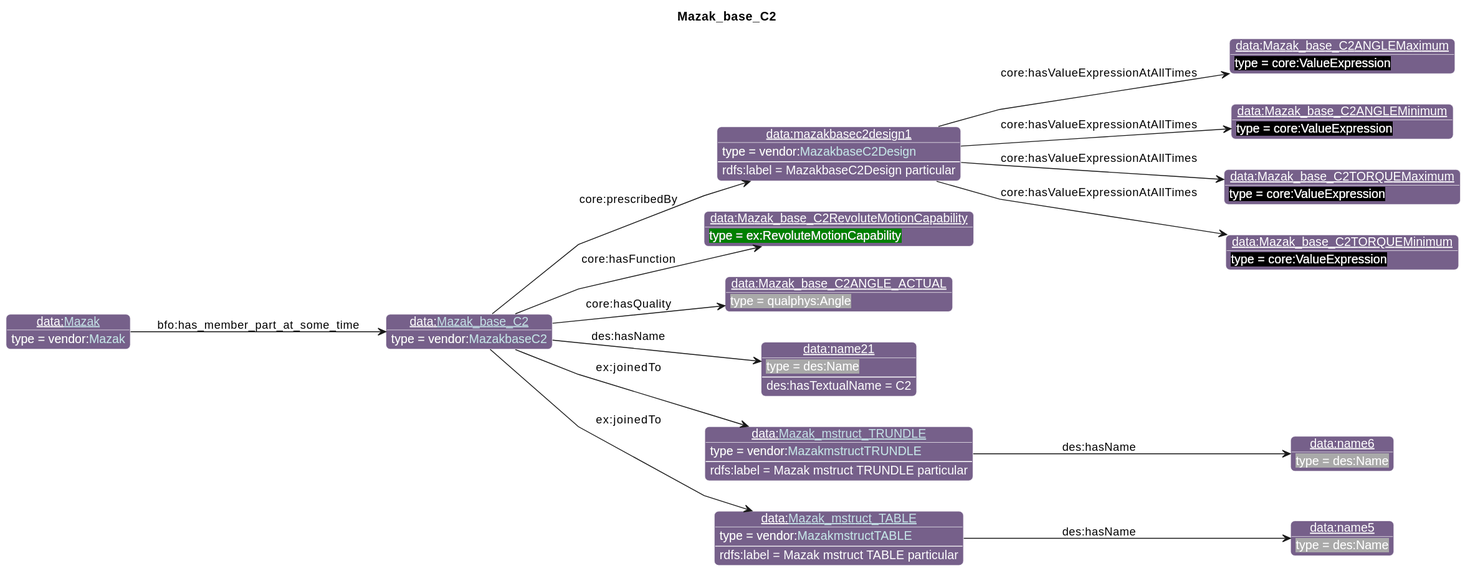
iofoundry/example-syseng-mtconnect keeps this PlantUML diagram as diagrams/Mazak_base_C2.svg. Above is the earlier version.
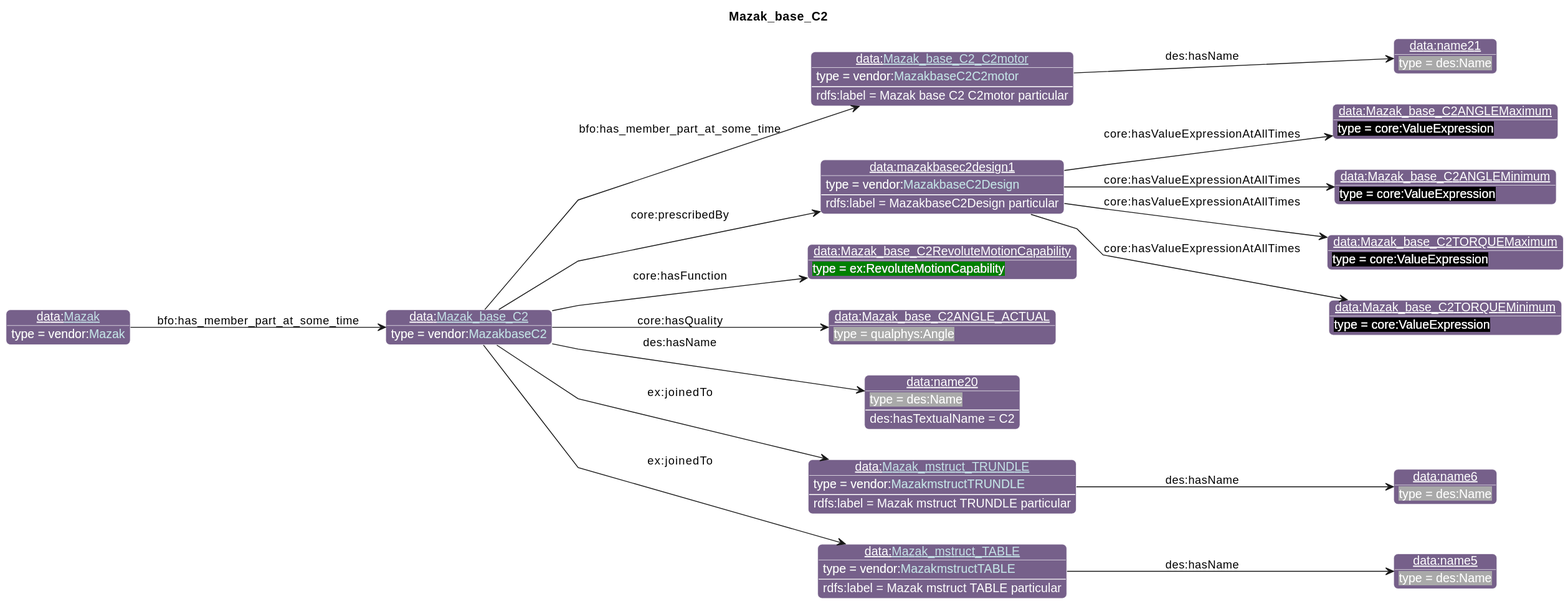
Above is the later version.

Diff of the diagram source:
```diff
@@ -26,34 +26,39 @@
                       "qp":"641B2E"
       }
 individual(o0, data:[[./Mazak_base_C2.html Mazak_base_C2]], vendor:[[../Mazak.html#MazakbaseC2 MazakbaseC2]])
-individual(o1, data:mazakbasec2design1, vendor:[[../Mazak.html#MazakbaseC2Design MazakbaseC2Design]])
-individual(o2, data:Mazak_base_C2ANGLEMaximum, core:ValueExpression)
-individual(o3, data:Mazak_base_C2ANGLEMinimum, core:ValueExpression)
-individual(o4, data:Mazak_base_C2TORQUEMaximum, core:ValueExpression)
-individual(o5, data:Mazak_base_C2TORQUEMinimum, core:ValueExpression)
-individual(o6, data:Mazak_base_C2RevoluteMotionCapability, ex:RevoluteMotionCapability)
-individual(o7, data:Mazak_base_C2ANGLE_ACTUAL, qualphys:Angle)
-individual(o8, data:name21, des:Name)
-individual(o9, data:[[./Mazak_mstruct_TRUNDLE.html Mazak_mstruct_TRUNDLE]], vendor:[[../Mazak.html#MazakmstructTRUNDLE MazakmstructTRUNDLE]])
-individual(o10, data:name6, des:Name)
-individual(o11, data:[[./Mazak_mstruct_TABLE.html Mazak_mstruct_TABLE]], vendor:[[../Mazak.html#MazakmstructTABLE MazakmstructTABLE]])
-individual(o12, data:name5, des:Name)
-individual(o13, data:[[./Mazak.html Mazak]], vendor:[[../Mazak.html#Mazak Mazak]])
-property(o0, "core:prescribedBy", o1)
-data(o1, "rdfs:label", "MazakbaseC2Design particular")
-property(o1, "core:hasValueExpressionAtAllTimes", o2)
-property(o1, "core:hasValueExpressionAtAllTimes", o3)
-property(o1, "core:hasValueExpressionAtAllTimes", o4)
-property(o1, "core:hasValueExpressionAtAllTimes", o5)
-property(o0, "core:hasFunction", o6)
-property(o0, "core:hasQuality", o7)
-property(o0, "des:hasName", o8)
-data(o8, "des:hasTextualName", "C2")
-property(o0, "ex:joinedTo", o9)
-data(o9, "rdfs:label", "Mazak mstruct TRUNDLE particular")
-property(o9, "des:hasName", o10)
+individual(o1, data:[[./Mazak_base_C2_C2motor.html Mazak_base_C2_C2motor]], vendor:[[../Mazak.html#MazakbaseC2C2motor MazakbaseC2C2motor]])
+individual(o2, data:name21, des:Name)
+individual(o3, data:mazakbasec2design1, vendor:[[../Mazak.html#MazakbaseC2Design MazakbaseC2Design]])
+individual(o4, data:Mazak_base_C2ANGLEMaximum, core:ValueExpression)
+individual(o5, data:Mazak_base_C2ANGLEMinimum, core:ValueExpression)
+individual(o6, data:Mazak_base_C2TORQUEMaximum, core:ValueExpression)
+individual(o7, data:Mazak_base_C2TORQUEMinimum, core:ValueExpression)
+individual(o8, data:Mazak_base_C2RevoluteMotionCapability, ex:RevoluteMotionCapability)
+individual(o9, data:Mazak_base_C2ANGLE_ACTUAL, qualphys:Angle)
+individual(o10, data:name20, des:Name)
+individual(o11, data:[[./Mazak_mstruct_TRUNDLE.html Mazak_mstruct_TRUNDLE]], vendor:[[../Mazak.html#MazakmstructTRUNDLE MazakmstructTRUNDLE]])
+individual(o12, data:name6, des:Name)
+individual(o13, data:[[./Mazak_mstruct_TABLE.html Mazak_mstruct_TABLE]], vendor:[[../Mazak.html#MazakmstructTABLE MazakmstructTABLE]])
+individual(o14, data:name5, des:Name)
+individual(o15, data:[[./Mazak.html Mazak]], vendor:[[../Mazak.html#Mazak Mazak]])
+property(o0, "bfo:has_member_part_at_some_time", o1)
+data(o1, "rdfs:label", "Mazak base C2 C2motor particular")
+property(o1, "des:hasName", o2)
+property(o0, "core:prescribedBy", o3)
+data(o3, "rdfs:label", "MazakbaseC2Design particular")
+property(o3, "core:hasValueExpressionAtAllTimes", o4)
+property(o3, "core:hasValueExpressionAtAllTimes", o5)
+property(o3, "core:hasValueExpressionAtAllTimes", o6)
+property(o3, "core:hasValueExpressionAtAllTimes", o7)
+property(o0, "core:hasFunction", o8)
+property(o0, "core:hasQuality", o9)
+property(o0, "des:hasName", o10)
+data(o10, "des:hasTextualName", "C2")
 property(o0, "ex:joinedTo", o11)
-data(o11, "rdfs:label", "Mazak mstruct TABLE particular")
+data(o11, "rdfs:label", "Mazak mstruct TRUNDLE particular")
 property(o11, "des:hasName", o12)
-property(o13, "bfo:has_member_part_at_some_time", o0)
+property(o0, "ex:joinedTo", o13)
+data(o13, "rdfs:label", "Mazak mstruct TABLE particular")
+property(o13, "des:hasName", o14)
+property(o15, "bfo:has_member_part_at_some_time", o0)
 @enduml
```
